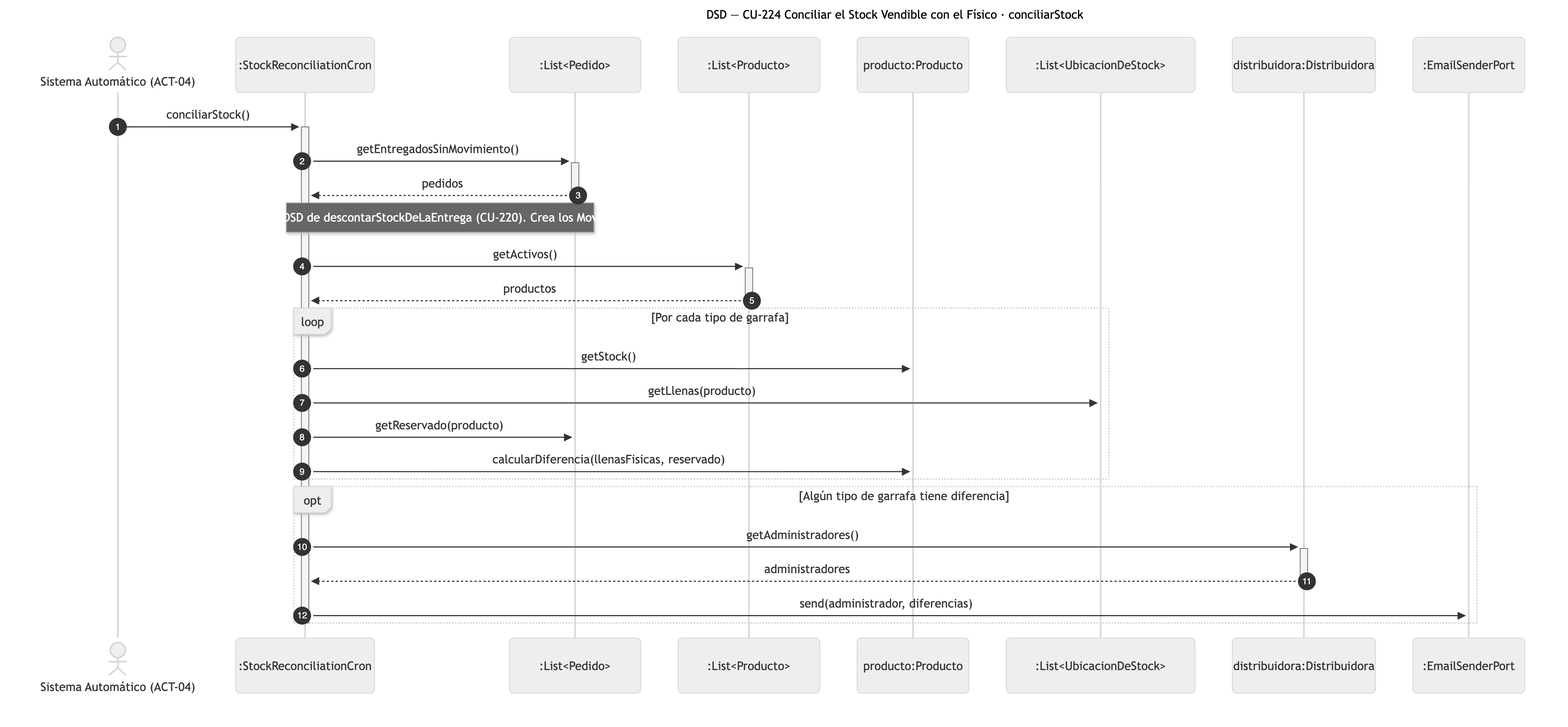
Before: diagramas/png/DSD_CU-224_conciliarStock.png, a diagram exported from Mermaid (Nahuelito-Dev/splg-docs). Its source is kept beside it as diagramas/DSD_CU-224_conciliarStock.mmd. The source it was exported from:
```mermaid
sequenceDiagram
    title DSD — CU-224 Conciliar el Stock Vendible con el Físico · conciliarStock
    autonumber
    actor SIS as Sistema Automático (ACT-04)
    participant CRN as :StockReconciliationCron
    participant PEDS as :List#lt;Pedido#gt;
    participant PRD as :List#lt;Producto#gt;
    participant PRO as producto:Producto
    participant UBS as :List#lt;UbicacionDeStock#gt;
    participant DIS as distribuidora:Distribuidora
    participant MAI as :EmailSenderPort

    SIS->>+CRN: conciliarStock()
    CRN->>+PEDS: getEntregadosSinMovimiento()
    PEDS-->>-CRN: pedidos
    Note over CRN,PEDS: Descuento: ver DSD de descontarStockDeLaEntrega (CU-220). Crea los MovimientoDeStock
    CRN->>+PRD: getActivos()
    PRD-->>-CRN: productos
    loop Por cada tipo de garrafa
        CRN->>PRO: getStock()
        CRN->>UBS: getLlenas(producto)
        CRN->>PEDS: getReservado(producto)
        CRN->>PRO: calcularDiferencia(llenasFisicas, reservado)
    end
    opt Algún tipo de garrafa tiene diferencia
        CRN->>+DIS: getAdministradores()
        DIS-->>-CRN: administradores
        CRN->>MAI: send(administrador, diferencias)
    end
    deactivate CRN
```
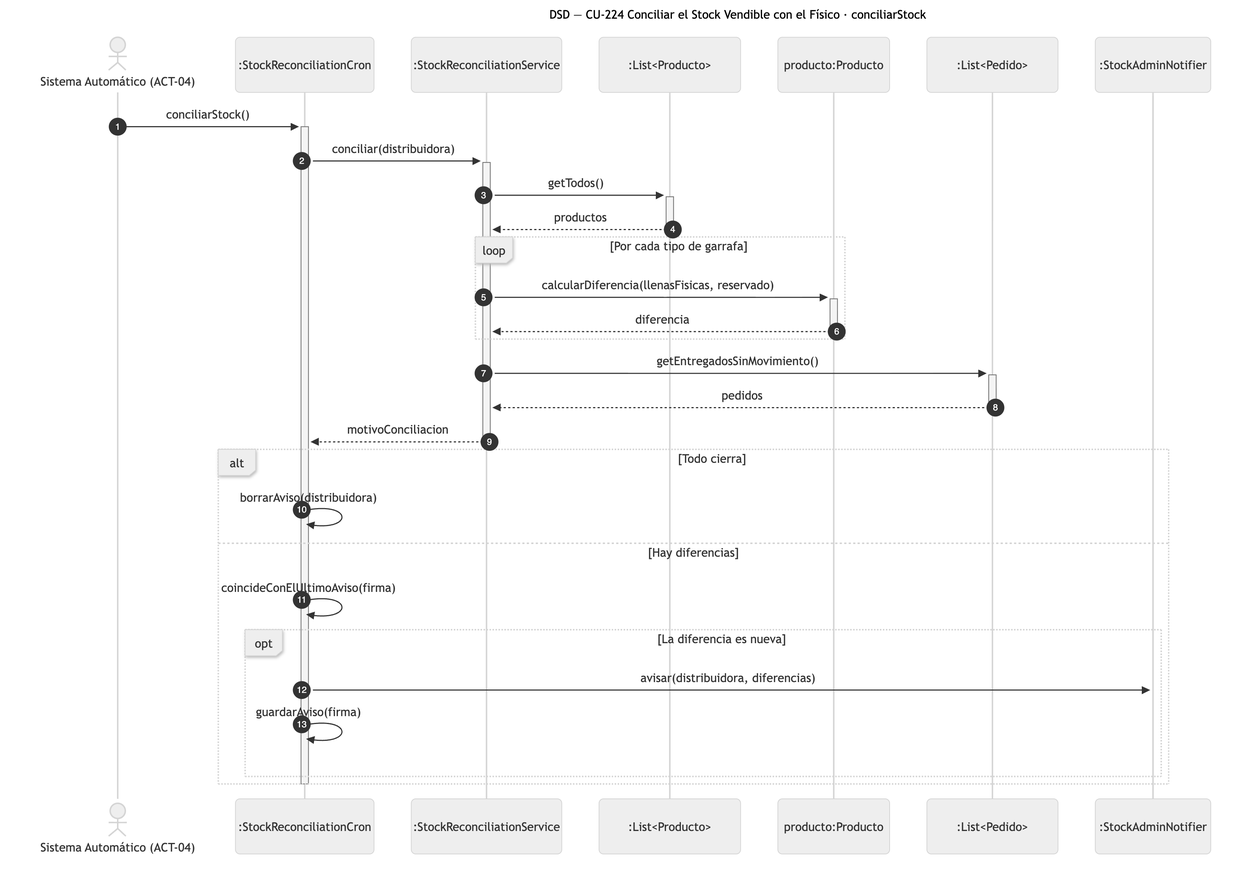
Later version of the same file.

What changed in the source:
```diff
@@ -3,28 +3,30 @@
     autonumber
     actor SIS as Sistema Automático (ACT-04)
     participant CRN as :StockReconciliationCron
+    participant SRV as :StockReconciliationService
+    participant PRS as :List#lt;Producto#gt;
+    participant PRO as producto:Producto
     participant PEDS as :List#lt;Pedido#gt;
-    participant PRD as :List#lt;Producto#gt;
-    participant PRO as producto:Producto
-    participant UBS as :List#lt;UbicacionDeStock#gt;
-    participant DIS as distribuidora:Distribuidora
-    participant MAI as :EmailSenderPort
+    participant MAI as :StockAdminNotifier
 
     SIS->>+CRN: conciliarStock()
-    CRN->>+PEDS: getEntregadosSinMovimiento()
-    PEDS-->>-CRN: pedidos
-    Note over CRN,PEDS: Descuento: ver DSD de descontarStockDeLaEntrega (CU-220). Crea los MovimientoDeStock
-    CRN->>+PRD: getActivos()
-    PRD-->>-CRN: productos
+    CRN->>+SRV: conciliar(distribuidora)
+    SRV->>+PRS: getTodos()
+    PRS-->>-SRV: productos
     loop Por cada tipo de garrafa
-        CRN->>PRO: getStock()
-        CRN->>UBS: getLlenas(producto)
-        CRN->>PEDS: getReservado(producto)
-        CRN->>PRO: calcularDiferencia(llenasFisicas, reservado)
+        SRV->>+PRO: calcularDiferencia(llenasFisicas, reservado)
+        PRO-->>-SRV: diferencia
     end
-    opt Algún tipo de garrafa tiene diferencia
-        CRN->>+DIS: getAdministradores()
-        DIS-->>-CRN: administradores
-        CRN->>MAI: send(administrador, diferencias)
+    SRV->>+PEDS: getEntregadosSinMovimiento()
+    PEDS-->>-SRV: pedidos
+    SRV-->>-CRN: motivoConciliacion
+    alt Todo cierra
+        CRN->>CRN: borrarAviso(distribuidora)
+    else Hay diferencias
+        CRN->>CRN: coincideConElUltimoAviso(firma)
+        opt La diferencia es nueva
+            CRN->>MAI: avisar(distribuidora, diferencias)
+            CRN->>CRN: guardarAviso(firma)
+        end
     end
     deactivate CRN
```
